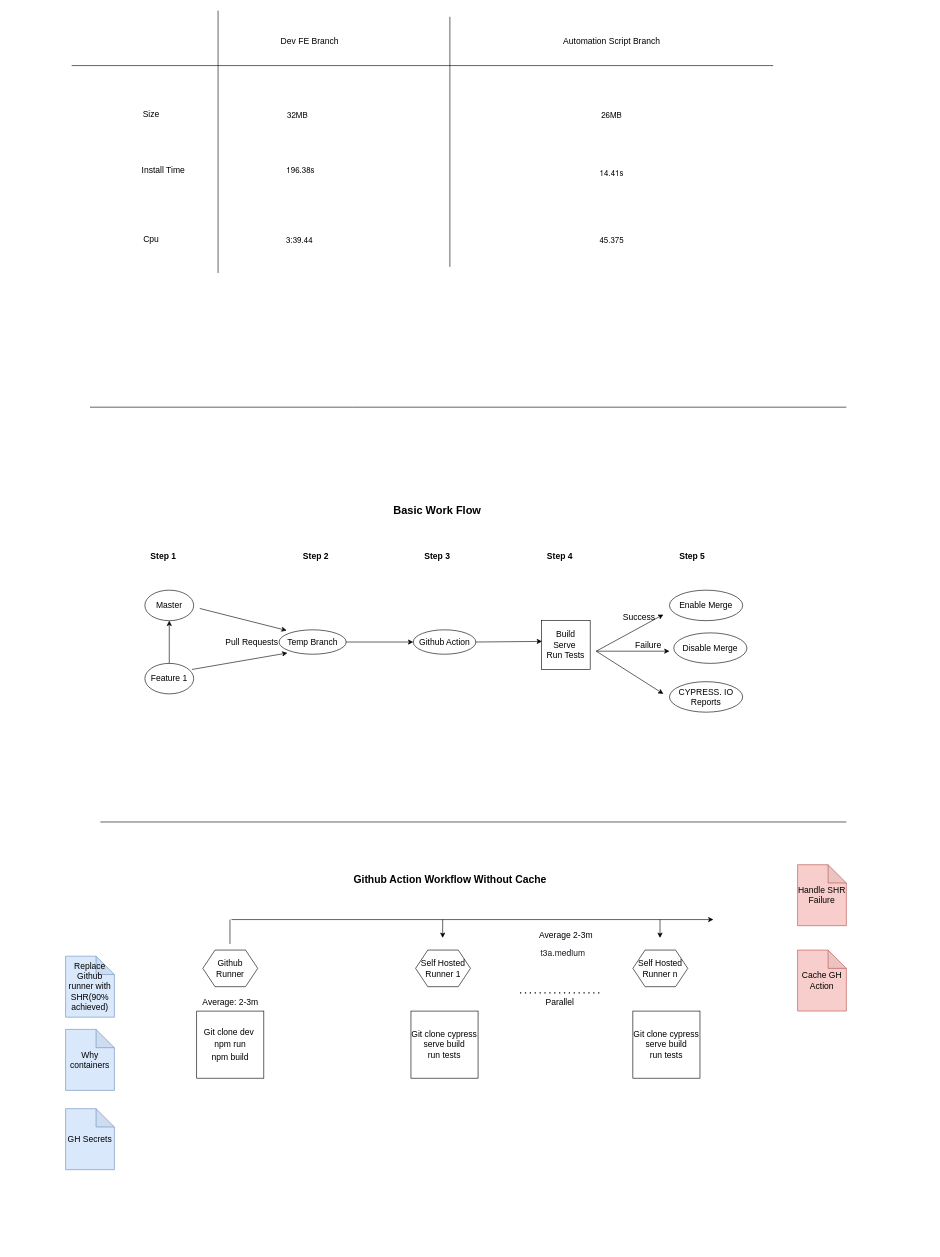
Before: src/Untitled Diagram.drawio in gowsi1511/cypressone, a draw.io diagram. Source tidied: cells renumbered, new cells numbered last; positions are measured from the earlier drawing's top-left corner, leaving out a move shared by most shapes. Both pictures are drawn from the tidied source at 61%, with x=0, y=0 at pixel (65, 10).
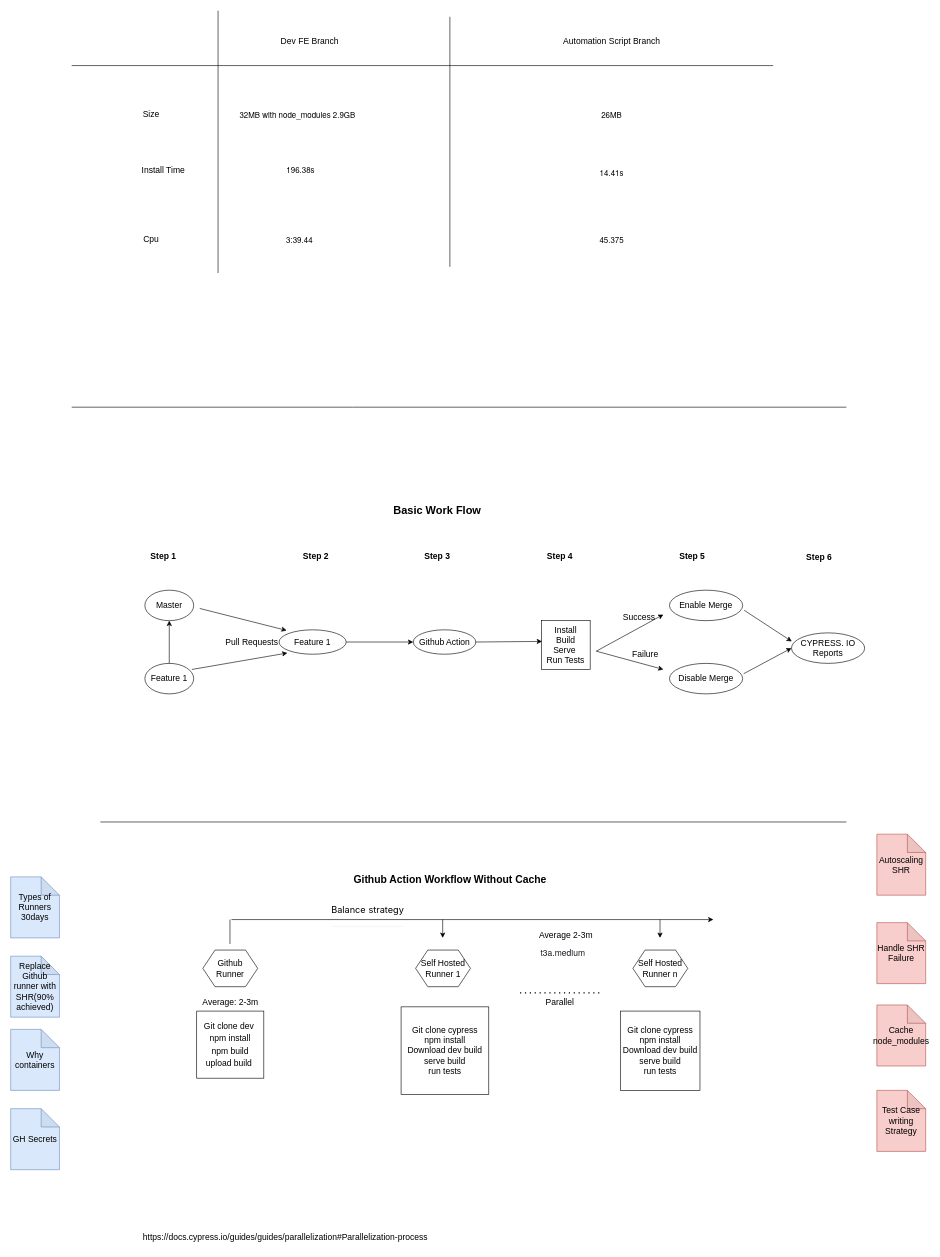
The same diagram, later.

Unchanged cells that the change refers to:
```xml
<mxCell id="22" value="Enable Merge" style="ellipse;whiteSpace=wrap;html=1;fontSize=14;strokeWidth=1;" parent="1" vertex="1">
  <mxGeometry x="990" y="950" width="120" height="50" as="geometry" />
</mxCell>
```

The edit, as a diff of the source:
```diff
@@
-    <mxCell id="5" value="Temp Branch" style="ellipse;whiteSpace=wrap;html=1;strokeWidth=1;fontSize=14;" parent="1" vertex="1">
+    <mxCell id="5" value="Feature 1" style="ellipse;whiteSpace=wrap;html=1;strokeWidth=1;fontSize=14;" parent="1" vertex="1">
       <mxGeometry x="350" y="1015" width="110" height="40" as="geometry" />
     </mxCell>
@@
-    <mxCell id="13" value="Build&lt;br style=&quot;font-size: 14px;&quot;&gt;Serve&amp;nbsp;&lt;br style=&quot;font-size: 14px;&quot;&gt;Run Tests" style="whiteSpace=wrap;html=1;strokeWidth=1;fontSize=14;" parent="1" vertex="1">
+    <mxCell id="13" value="Install&lt;br&gt;Build&lt;br style=&quot;font-size: 14px;&quot;&gt;Serve&amp;nbsp;&lt;br style=&quot;font-size: 14px;&quot;&gt;Run Tests" style="whiteSpace=wrap;html=1;strokeWidth=1;fontSize=14;" parent="1" vertex="1">
       <mxGeometry x="780" y="1000" width="80" height="80" as="geometry" />
     </mxCell>
@@
     <mxCell id="16" value="CYPRESS. IO&lt;br style=&quot;font-size: 14px;&quot;&gt;Reports" style="ellipse;whiteSpace=wrap;html=1;strokeWidth=1;fontSize=14;" parent="1" vertex="1">
-      <mxGeometry x="990" y="1100" width="120" height="50" as="geometry" />
+      <mxGeometry x="1190" y="1020" width="120" height="50" as="geometry" />
     </mxCell>
-    <mxCell id="17" style="endArrow=classic;html=1;rounded=0;strokeWidth=1;fontSize=14;" parent="1" edge="1">
-      <mxGeometry relative="1" as="geometry">
-        <mxPoint x="870" y="1050" as="sourcePoint" />
-        <mxPoint x="980" y="1120" as="targetPoint" />
-      </mxGeometry>
+    <mxCell id="17" style="endArrow=classic;html=1;rounded=0;strokeWidth=1;fontSize=14;entryX=0;entryY=0.5;entryDx=0;entryDy=0;exitX=1.013;exitY=0.34;exitDx=0;exitDy=0;exitPerimeter=0;" parent="1" edge="1" source="21" target="16">
+      <mxGeometry relative="1" as="geometry" />
     </mxCell>
@@
     <mxCell id="20" style="endArrow=classic;html=1;rounded=0;fontSize=14;strokeWidth=1;" parent="1" edge="1">
       <mxGeometry relative="1" as="geometry">
         <mxPoint x="870" y="1050" as="sourcePoint" />
-        <mxPoint x="990" y="1050" as="targetPoint" />
+        <mxPoint x="980" y="1080" as="targetPoint" />
       </mxGeometry>
     </mxCell>
     <mxCell id="21" value="Disable Merge" style="ellipse;whiteSpace=wrap;html=1;fontSize=14;strokeWidth=1;" parent="1" vertex="1">
-      <mxGeometry x="997" y="1020" width="120" height="50" as="geometry" />
+      <mxGeometry x="990" y="1070" width="120" height="50" as="geometry" />
     </mxCell>
@@
     <mxCell id="24" value="Failure" style="text;html=1;align=center;verticalAlign=middle;strokeColor=none;fillColor=none;fontSize=14;" parent="1" vertex="1">
-      <mxGeometry x="920" y="1025" width="70" height="30" as="geometry" />
+      <mxGeometry x="915" y="1040" width="70" height="30" as="geometry" />
     </mxCell>
@@
-    <mxCell id="26" style="endArrow=none;html=1;rounded=0;fontSize=14;strokeWidth=1;" parent="1" edge="1">
+    <mxCell id="26" style="endArrow=none;html=1;rounded=0;fontSize=14;strokeWidth=1;startArrow=none;" parent="1" edge="1">
       <mxGeometry relative="1" as="geometry">
-        <mxPoint x="57" y="1330" as="sourcePoint" />
+        <mxPoint x="1200" y="1330" as="sourcePoint" />
         <mxPoint x="1280" y="1330" as="targetPoint" />
       </mxGeometry>
     </mxCell>
@@
-    <mxCell id="31" value="&lt;font style=&quot;font-size: 14px;&quot;&gt;Git clone dev&amp;nbsp;&lt;br&gt;npm run&lt;br&gt;npm build&lt;/font&gt;" style="whiteSpace=wrap;html=1;fontSize=17;strokeWidth=1;" parent="1" vertex="1">
+    <mxCell id="31" value="&lt;font style=&quot;font-size: 14px;&quot;&gt;Git clone dev&amp;nbsp;&lt;br&gt;npm install&lt;br&gt;npm build&lt;br&gt;upload build&amp;nbsp;&lt;br&gt;&lt;/font&gt;" style="whiteSpace=wrap;html=1;fontSize=17;strokeWidth=1;" parent="1" vertex="1">
       <mxGeometry x="215" y="1640" width="110" height="110" as="geometry" />
     </mxCell>
-    <mxCell id="32" value="Git clone cypress&lt;br&gt;serve build&lt;br&gt;run tests" style="whiteSpace=wrap;html=1;fontSize=14;strokeWidth=1;" parent="1" vertex="1">
-      <mxGeometry x="566.2" y="1640" width="110" height="110" as="geometry" />
+    <mxCell id="32" value="Git clone cypress&lt;br&gt;npm install&lt;br&gt;Download dev build&lt;br&gt;serve build&lt;br&gt;run tests" style="whiteSpace=wrap;html=1;fontSize=14;strokeWidth=1;" parent="1" vertex="1">
+      <mxGeometry x="550" y="1633.1" width="143.8" height="143.8" as="geometry" />
     </mxCell>
@@
-    <mxCell id="39" value="Git clone cypress&lt;br&gt;serve build&lt;br&gt;run tests" style="whiteSpace=wrap;html=1;fontSize=14;strokeWidth=1;" parent="1" vertex="1">
-      <mxGeometry x="930" y="1640" width="110" height="110" as="geometry" />
+    <mxCell id="39" value="Git clone cypress&lt;br&gt;npm install&lt;br&gt;Download dev build&lt;br&gt;serve build&lt;br&gt;run tests" style="whiteSpace=wrap;html=1;fontSize=14;strokeWidth=1;" parent="1" vertex="1">
+      <mxGeometry x="910" y="1640" width="130" height="130" as="geometry" />
     </mxCell>
@@
     <mxCell id="44" value="Replace Github runner with SHR(90% achieved)" style="shape=note;whiteSpace=wrap;html=1;backgroundOutline=1;darkOpacity=0.05;fontSize=14;fillColor=#dae8fc;strokeColor=#6c8ebf;" parent="1" vertex="1">
-      <mxGeometry y="1550" width="80" height="100" as="geometry" />
+      <mxGeometry x="-90" y="1550" width="80" height="100" as="geometry" />
     </mxCell>
     <mxCell id="45" value="Handle SHR Failure" style="shape=note;whiteSpace=wrap;html=1;backgroundOutline=1;darkOpacity=0.05;fontSize=14;fillColor=#f8cecc;strokeColor=#b85450;" parent="1" vertex="1">
-      <mxGeometry x="1200" y="1400" width="80" height="100" as="geometry" />
+      <mxGeometry x="1330" y="1495" width="80" height="100" as="geometry" />
     </mxCell>
-    <mxCell id="46" value="Cache GH Action" style="shape=note;whiteSpace=wrap;html=1;backgroundOutline=1;darkOpacity=0.05;fontSize=14;fillColor=#f8cecc;strokeColor=#b85450;" parent="1" vertex="1">
-      <mxGeometry x="1200" y="1540" width="80" height="100" as="geometry" />
+    <mxCell id="46" value="Cache node_modules" style="shape=note;whiteSpace=wrap;html=1;backgroundOutline=1;darkOpacity=0.05;fontSize=14;fillColor=#f8cecc;strokeColor=#b85450;" parent="1" vertex="1">
+      <mxGeometry x="1330" y="1630" width="80" height="100" as="geometry" />
     </mxCell>
     <mxCell id="47" value="Why containers" style="shape=note;whiteSpace=wrap;html=1;backgroundOutline=1;darkOpacity=0.05;fontSize=14;fillColor=#dae8fc;strokeColor=#6c8ebf;" parent="1" vertex="1">
-      <mxGeometry y="1670" width="80" height="100" as="geometry" />
+      <mxGeometry x="-90" y="1670" width="80" height="100" as="geometry" />
     </mxCell>
     <mxCell id="48" value="GH Secrets" style="shape=note;whiteSpace=wrap;html=1;backgroundOutline=1;darkOpacity=0.05;fontSize=14;fillColor=#dae8fc;strokeColor=#6c8ebf;" parent="1" vertex="1">
-      <mxGeometry y="1800" width="80" height="100" as="geometry" />
+      <mxGeometry x="-90" y="1800" width="80" height="100" as="geometry" />
     </mxCell>
     <mxCell id="49" style="endArrow=none;html=1;rounded=0;fontSize=14;" parent="1" edge="1">
       <mxGeometry relative="1" as="geometry">
-        <mxPoint x="40" y="650" as="sourcePoint" />
+        <mxPoint x="10" y="650" as="sourcePoint" />
         <mxPoint x="1280" y="650" as="targetPoint" />
         <Array as="points">
           <mxPoint x="470" y="650" />
         </Array>
       </mxGeometry>
     </mxCell>
@@
-    <mxCell id="57" value="&lt;p style=&quot;margin: 0px; font-variant-numeric: normal; font-variant-east-asian: normal; font-stretch: normal; font-size: 13px; line-height: normal; font-family: &amp;quot;Helvetica Neue&amp;quot;; text-align: start;&quot; class=&quot;p1&quot;&gt;32MB&lt;/p&gt;" style="text;html=1;align=center;verticalAlign=middle;strokeColor=none;fillColor=none;fontSize=14;" parent="1" vertex="1">
-      <mxGeometry x="350" y="155" width="60" height="30" as="geometry" />
+    <mxCell id="57" value="&lt;p style=&quot;margin: 0px; font-variant-numeric: normal; font-variant-east-asian: normal; font-stretch: normal; font-size: 13px; line-height: normal; font-family: &amp;quot;Helvetica Neue&amp;quot;; text-align: start;&quot; class=&quot;p1&quot;&gt;32MB with node_modules 2.9GB&lt;/p&gt;" style="text;html=1;align=center;verticalAlign=middle;strokeColor=none;fillColor=none;fontSize=14;" parent="1" vertex="1">
+      <mxGeometry x="270" y="155" width="220" height="30" as="geometry" />
     </mxCell>
@@
+    <mxCell id="64" value="&lt;font style=&quot;font-size: 14px;&quot;&gt;Test Case writing Strategy&lt;/font&gt;" style="shape=note;whiteSpace=wrap;html=1;backgroundOutline=1;darkOpacity=0.05;fillColor=#f8cecc;strokeColor=#b85450;" parent="1" vertex="1">
+      <mxGeometry x="1330" y="1770" width="80" height="100" as="geometry" />
+    </mxCell>
+    <mxCell id="65" value="https://docs.cypress.io/guides/guides/parallelization#Parallelization-process" style="text;html=1;align=center;verticalAlign=middle;strokeColor=none;fillColor=none;fontSize=14;" parent="1" vertex="1">
+      <mxGeometry x="115" y="1995" width="490" height="30" as="geometry" />
+    </mxCell>
+    <mxCell id="66" value="Types of Runners&lt;br&gt;30days" style="shape=note;whiteSpace=wrap;html=1;backgroundOutline=1;darkOpacity=0.05;fontSize=14;fillColor=#dae8fc;strokeColor=#6c8ebf;" parent="1" vertex="1">
+      <mxGeometry x="-90" y="1420" width="80" height="100" as="geometry" />
+    </mxCell>
+    <mxCell id="67" value="Autoscaling SHR" style="shape=note;whiteSpace=wrap;html=1;backgroundOutline=1;darkOpacity=0.05;fontSize=14;fillColor=#f8cecc;strokeColor=#b85450;" parent="1" vertex="1">
+      <mxGeometry x="1330" y="1350" width="80" height="100" as="geometry" />
+    </mxCell>
+    <mxCell id="68" style="endArrow=none;html=1;rounded=0;fontSize=14;strokeWidth=1;" parent="1" edge="1">
+      <mxGeometry relative="1" as="geometry">
+        <mxPoint x="57" y="1330" as="sourcePoint" />
+        <mxPoint x="1200" y="1330" as="targetPoint" />
+      </mxGeometry>
+    </mxCell>
+    <mxCell id="69" value="&lt;h2 style=&quot;box-sizing: border-box; border-width: 0px 0px 1px; border-style: solid; border-color: rgb(229, 231, 235) rgb(229, 231, 235) rgb(238, 238, 238); --tw-translate-x:0; --tw-translate-y:0; --tw-rotate:0; --tw-skew-x:0; --tw-skew-y:0; --tw-scale-x:1; --tw-scale-y:1; --tw-scroll-snap-strictness:proximity; --tw-ring-offset-width:0px; --tw-ring-offset-color:#fff; --tw-ring-color:rgb(59 130 246 / 0.5); --tw-ring-offset-shadow:0 0 #0000; --tw-ring-shadow:0 0 #0000; --tw-shadow:0 0 #0000; --tw-shadow-colored:0 0 #0000; margin: 2rem 0px 1.5rem; font-size: 15px; line-height: 2.25rem; color: var(--font-color-black); padding-bottom: 0.5rem; font-family: &amp;quot;Source Sans Pro&amp;quot;, -apple-system, &amp;quot;system-ui&amp;quot;, &amp;quot;Segoe UI&amp;quot;, Roboto, &amp;quot;Helvetica Neue&amp;quot;, Arial, sans-serif; text-align: start; word-spacing: 1px; scroll-margin-top: 144px !important;&quot; id=&quot;Balance-strategy&quot;&gt;&lt;span style=&quot;font-weight: normal;&quot;&gt;Balance&lt;/span&gt; &lt;span style=&quot;font-weight: normal;&quot;&gt;strategy&lt;/span&gt;&lt;/h2&gt;" style="text;html=1;align=center;verticalAlign=middle;strokeColor=none;fillColor=none;fontSize=14;" parent="1" vertex="1">
+      <mxGeometry x="425" y="1420" width="140" height="110" as="geometry" />
+    </mxCell>
+    <mxCell id="70" style="endArrow=classic;html=1;rounded=0;strokeWidth=1;fontSize=14;entryX=0.004;entryY=0.28;entryDx=0;entryDy=0;entryPerimeter=0;exitX=1.021;exitY=0.66;exitDx=0;exitDy=0;exitPerimeter=0;" parent="1" edge="1" source="22" target="16">
+      <mxGeometry relative="1" as="geometry" />
+    </mxCell>
+    <mxCell id="71" value="&lt;b&gt;&lt;font style=&quot;font-size: 14px;&quot;&gt;Step 6&lt;/font&gt;&lt;/b&gt;" style="text;html=1;align=center;verticalAlign=middle;strokeColor=none;fillColor=none;fontSize=15;" parent="1" vertex="1">
+      <mxGeometry x="1200" y="880" width="70" height="30" as="geometry" />
+    </mxCell>
```
